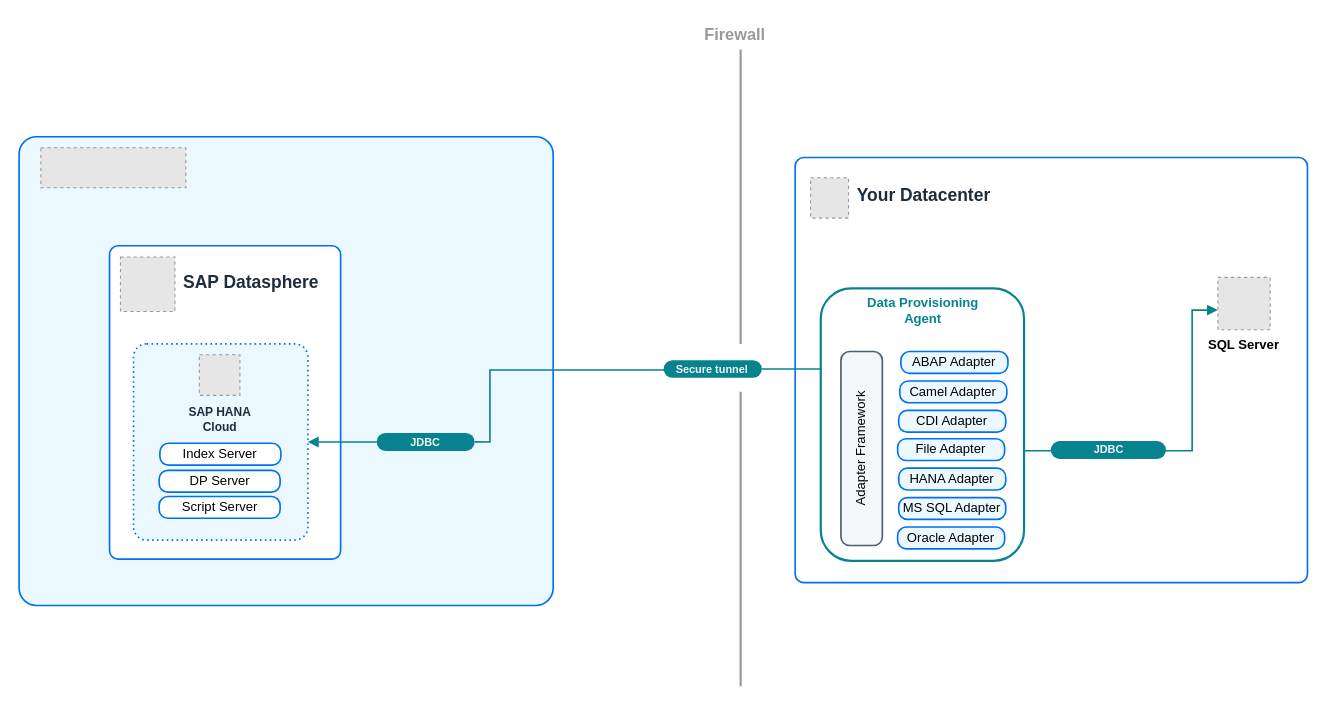
Above: page "DP Agent Simple" (3 of 4) of SAP_Datasphere_DP_Agent.drawio in ihenry/draw-io (draw.io), before the change. Source tidied: cells renumbered, new cells numbered last; positions are measured from the earlier drawing's top-left corner, leaving out a move shared by most shapes. Both pictures are drawn from the tidied source at 109%, with x=0, y=0 at pixel (19, 17). Pictures stored in the file or linked from it are replaced by grey dashed boxes.
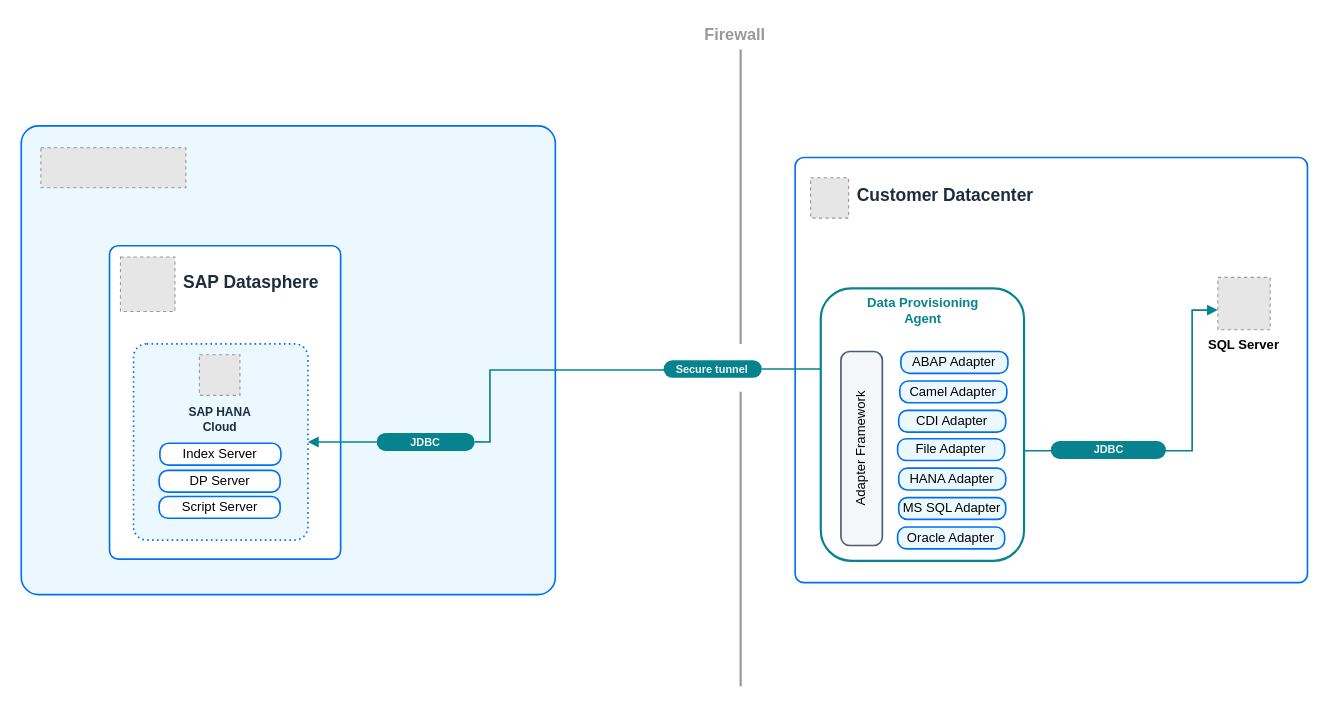
The same page after the edit.

The change refers to these unchanged cells:
```xml
<mxCell id="4" style="group;fontStyle=1;" parent="1" vertex="1">
  <mxGeometry x="712" y="128" width="470" height="390" as="geometry" />
</mxCell>
```

The edit, as a diff of the source:
```diff
@@
     <mxCell id="2" style="rounded=1;whiteSpace=wrap;html=1;strokeColor=#0070F2;fillColor=#EBF8FF;arcSize=32;absoluteArcSize=1;imageWidth=64;imageHeight=64;strokeWidth=1.5;" parent="1" vertex="1">
-      <mxGeometry y="109" width="490" height="430" as="geometry" />
+      <mxGeometry x="2" y="99" width="490" height="430" as="geometry" />
     </mxCell>
@@
-    <mxCell id="6" value="&lt;font face=&quot;arial&quot;&gt;&lt;span style=&quot;font-size: 16px;&quot;&gt;&lt;b&gt;Your Datacenter&lt;/b&gt;&lt;/span&gt;&lt;/font&gt;" style="text;html=1;align=left;verticalAlign=middle;strokeColor=none;fillColor=none;fontSize=12;fontColor=#1d2d3e;fontFamily=Helvetica;" parent="4" vertex="1">
-      <mxGeometry x="55.1" y="18.6" width="150" height="30" as="geometry" />
+    <mxCell id="6" value="&lt;font face=&quot;arial&quot;&gt;&lt;span style=&quot;font-size: 16px;&quot;&gt;&lt;b&gt;Customer Datacenter&lt;/b&gt;&lt;/span&gt;&lt;/font&gt;" style="text;html=1;align=left;verticalAlign=middle;strokeColor=none;fillColor=none;fontSize=12;fontColor=#1d2d3e;fontFamily=Helvetica;" parent="4" vertex="1">
+      <mxGeometry x="55.1" y="18.6" width="190" height="30" as="geometry" />
     </mxCell>
```
